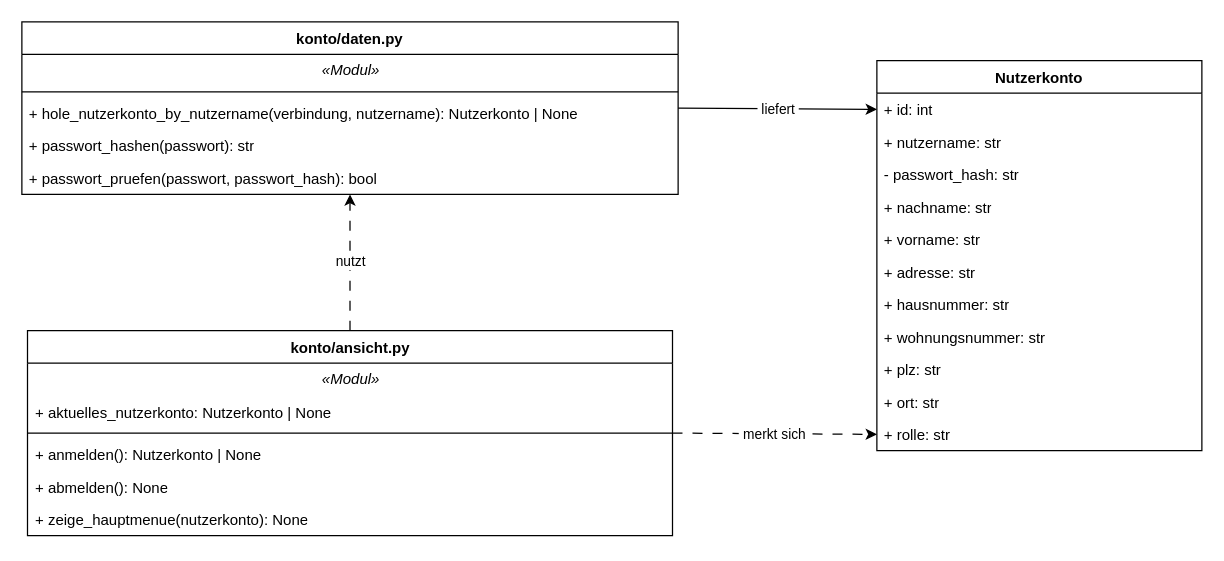
Moewe-WHV/WohnPilot keeps this draw.io diagram as docs/design/anmeldung_klassendiagramm.drawio. Above is the earlier version. Source tidied: cells renumbered, new cells numbered last; positions are measured from the earlier drawing's top-left corner, leaving out a move shared by most shapes. Both pictures are drawn from the tidied source at 125%, with x=0, y=0 at pixel (21, 21).
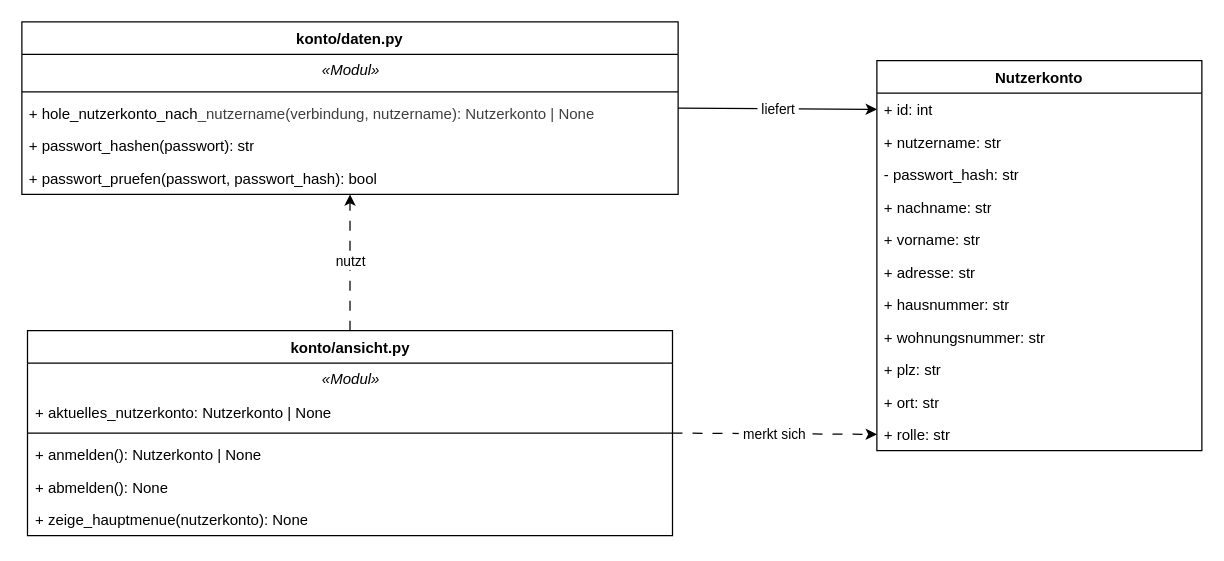
After the change.

Unchanged cells that the change refers to:
```xml
<mxCell id="2" value="konto/daten.py" style="swimlane;fontStyle=1;align=center;verticalAlign=top;horizontal=1;startSize=26;whiteSpace=wrap;html=1;fontColor=light-dark(#000000,#FFFFFF);" parent="1" vertex="1">
  <mxGeometry width="525" height="138" as="geometry" />
</mxCell>
```

What changed in the source:
```diff
@@
-    <mxCell id="5" value="+ hole_nutzerkonto_by_nutzername(verbindung, nutzername): Nutzerkonto | None" style="text;strokeColor=none;fillColor=none;align=left;verticalAlign=top;spacingLeft=4;spacingRight=4;overflow=hidden;whiteSpace=wrap;html=1;fontColor=light-dark(#000000,#FFFFFF);" parent="2" vertex="1">
+    <mxCell id="5" value="+ hole_nutzerkonto_nach&lt;span style=&quot;color: rgb(63, 63, 63); background-color: transparent;&quot;&gt;_nutzername(verbindung, nutzername): Nutzerkonto | None&lt;/span&gt;" style="text;strokeColor=none;fillColor=none;align=left;verticalAlign=top;spacingLeft=4;spacingRight=4;overflow=hidden;whiteSpace=wrap;html=1;fontColor=light-dark(#000000,#FFFFFF);" parent="2" vertex="1">
       <mxGeometry y="60" width="525" height="26" as="geometry" />
     </mxCell>
```
